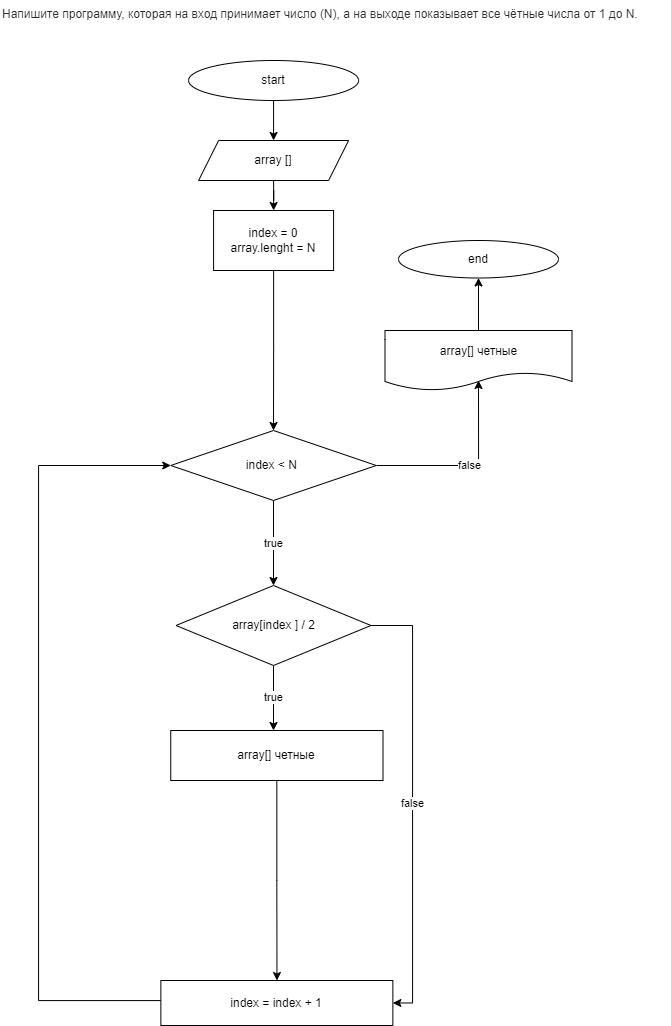
Earlier version of the draw.io export dz2_zadacha10/digram.drawio.png (sntitar/DZ_C-). Source tidied: cells renumbered, new cells last; positions are measured from the earlier drawing's top-left corner, leaving out a move shared by most shapes.
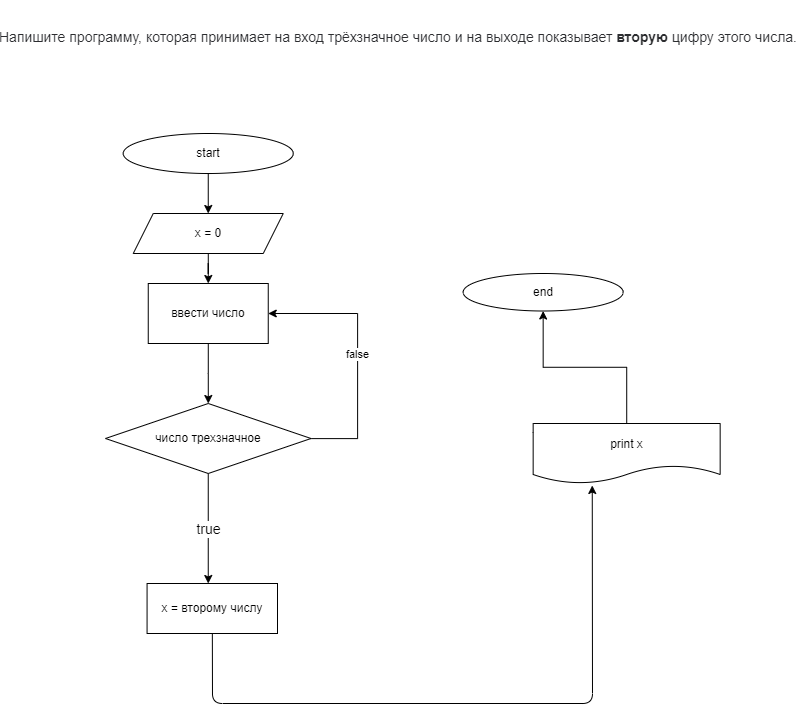
Above is the later version.

Diff of the diagram source:
```diff
@@ -6,77 +6,60 @@
       <mxGeometry relative="1" as="geometry" />
     </mxCell>
     <mxCell id="3" value="start" style="ellipse;whiteSpace=wrap;html=1;" parent="1" vertex="1">
-      <mxGeometry x="188.1" y="60" width="170" height="40" as="geometry" />
+      <mxGeometry x="105.8" y="-990" width="170" height="40" as="geometry" />
     </mxCell>
     <mxCell id="4" style="edgeStyle=orthogonalEdgeStyle;rounded=0;jettySize=auto;html=1;" parent="1" edge="1" source="5">
       <mxGeometry relative="1" as="geometry">
-        <mxPoint x="273.1" y="210" as="targetPoint" />
+        <mxPoint x="190.8" y="-840" as="targetPoint" />
       </mxGeometry>
     </mxCell>
-    <mxCell id="5" value="array []" style="shape=parallelogram;perimeter=parallelogramPerimeter;whiteSpace=wrap;html=1;fixedSize=1;" parent="1" vertex="1">
-      <mxGeometry x="198.1" y="140" width="150" height="40" as="geometry" />
+    <mxCell id="5" value="x = 0" style="shape=parallelogram;perimeter=parallelogramPerimeter;whiteSpace=wrap;html=1;fixedSize=1;" parent="1" vertex="1">
+      <mxGeometry x="115.8" y="-910" width="150" height="40" as="geometry" />
     </mxCell>
     <mxCell id="6" style="edgeStyle=orthogonalEdgeStyle;rounded=0;jettySize=auto;html=1;" parent="1" edge="1" source="7" target="10">
       <mxGeometry relative="1" as="geometry" />
     </mxCell>
-    <mxCell id="7" value="index = 0&lt;br&gt;array.lenght = N" style="whiteSpace=wrap;html=1;" parent="1" vertex="1">
-      <mxGeometry x="213.1" y="210" width="120" height="60" as="geometry" />
+    <mxCell id="7" value="&lt;span&gt;ввести число&lt;/span&gt;" style="whiteSpace=wrap;html=1;" parent="1" vertex="1">
+      <mxGeometry x="130.7" y="-840" width="120" height="60" as="geometry" />
     </mxCell>
-    <mxCell id="8" value="false" style="edgeStyle=orthogonalEdgeStyle;rounded=0;jettySize=auto;html=1;" parent="1" edge="1" source="10">
+    <mxCell id="8" value="false" style="edgeStyle=orthogonalEdgeStyle;rounded=0;jettySize=auto;html=1;entryX=1;entryY=0.5;entryDx=0;entryDy=0;" parent="1" edge="1" source="10" target="7">
       <mxGeometry relative="1" as="geometry">
-        <mxPoint x="478" y="380" as="targetPoint" />
+        <Array as="points">
+          <mxPoint x="340" y="-685" />
+          <mxPoint x="340" y="-810" />
+        </Array>
       </mxGeometry>
     </mxCell>
-    <mxCell id="9" value="true" style="edgeStyle=orthogonalEdgeStyle;rounded=0;jettySize=auto;html=1;" parent="1" edge="1" source="10" target="20">
-      <mxGeometry relative="1" as="geometry" />
-    </mxCell>
+    <mxCell id="22" value="true" style="edgeStyle=none;html=1;fontSize=14;" parent="1" edge="1" source="10">
+      <mxGeometry relative="1" as="geometry">
+        <mxPoint x="190.7" y="-540" as="targetPoint" />
+      </mxGeometry>
+    </mxCell>
-    <mxCell id="10" value="index &amp;lt; N&amp;nbsp;" style="rhombus;whiteSpace=wrap;html=1;" parent="1" vertex="1">
-      <mxGeometry x="170.2" y="430" width="205.5" height="70" as="geometry" />
+    <mxCell id="10" value="число трехзначное" style="rhombus;whiteSpace=wrap;html=1;" parent="1" vertex="1">
+      <mxGeometry x="88" y="-720" width="205.5" height="70" as="geometry" />
     </mxCell>
-    <mxCell id="11" style="edgeStyle=orthogonalEdgeStyle;rounded=0;jettySize=auto;html=1;" parent="1" edge="1" source="12" target="14">
-      <mxGeometry relative="1" as="geometry" />
-    </mxCell>
+    <mxCell id="23" style="edgeStyle=none;html=1;entryX=0.316;entryY=1.033;entryDx=0;entryDy=0;entryPerimeter=0;fontSize=14;" parent="1" edge="1" source="12" target="16">
+      <mxGeometry relative="1" as="geometry">
+        <Array as="points">
+          <mxPoint x="195" y="-420" />
+          <mxPoint x="575" y="-420" />
+        </Array>
+      </mxGeometry>
+    </mxCell>
-    <mxCell id="12" value="array[] четные" style="whiteSpace=wrap;html=1;" parent="1" vertex="1">
-      <mxGeometry x="170.2" y="730" width="212.2" height="50" as="geometry" />
+    <mxCell id="12" value="x = второму числу" style="whiteSpace=wrap;html=1;" parent="1" vertex="1">
+      <mxGeometry x="129.6" y="-540" width="130.4" height="50" as="geometry" />
     </mxCell>
-    <mxCell id="13" style="edgeStyle=orthogonalEdgeStyle;rounded=0;jettySize=auto;html=1;entryX=0;entryY=0.5;entryDx=0;entryDy=0;" parent="1" edge="1" source="14" target="10">
-      <mxGeometry relative="1" as="geometry">
-        <Array as="points">
-          <mxPoint x="38" y="1000" />
-          <mxPoint x="38" y="465" />
-        </Array>
-      </mxGeometry>
-    </mxCell>
-    <mxCell id="14" value="index = index + 1" style="whiteSpace=wrap;html=1;" parent="1" vertex="1">
-      <mxGeometry x="160.4" y="980" width="232" height="45" as="geometry" />
-    </mxCell>
     <mxCell id="15" style="edgeStyle=orthogonalEdgeStyle;rounded=0;jettySize=auto;html=1;" parent="1" edge="1" source="16" target="17">
       <mxGeometry relative="1" as="geometry" />
     </mxCell>
-    <mxCell id="16" value="array[] четные" style="shape=document;whiteSpace=wrap;html=1;boundedLbl=1;" parent="1" vertex="1">
-      <mxGeometry x="384.5" y="330" width="187" height="60" as="geometry" />
+    <mxCell id="16" value="print x" style="shape=document;whiteSpace=wrap;html=1;boundedLbl=1;" parent="1" vertex="1">
+      <mxGeometry x="515.7" y="-700" width="187" height="60" as="geometry" />
     </mxCell>
     <mxCell id="17" value="end" style="ellipse;whiteSpace=wrap;html=1;" parent="1" vertex="1">
-      <mxGeometry x="398" y="240" width="160" height="37.5" as="geometry" />
+      <mxGeometry x="445.7" y="-850" width="160" height="37.5" as="geometry" />
     </mxCell>
-    <mxCell id="18" value="true" style="edgeStyle=orthogonalEdgeStyle;rounded=0;jettySize=auto;html=1;entryX=0.5;entryY=0;entryDx=0;entryDy=0;entryPerimeter=0;" parent="1" edge="1" source="20">
-      <mxGeometry relative="1" as="geometry">
-        <mxPoint x="273" y="730" as="targetPoint" />
-      </mxGeometry>
-    </mxCell>
-    <mxCell id="19" value="false" style="edgeStyle=orthogonalEdgeStyle;rounded=0;jettySize=auto;html=1;entryX=1;entryY=0.5;entryDx=0;entryDy=0;" parent="1" edge="1" source="20" target="14">
-      <mxGeometry relative="1" as="geometry">
-        <Array as="points">
-          <mxPoint x="412" y="625" />
-          <mxPoint x="412" y="1002" />
-        </Array>
-      </mxGeometry>
-    </mxCell>
-    <mxCell id="20" value="array[index ] / 2" style="rhombus;whiteSpace=wrap;html=1;" parent="1" vertex="1">
-      <mxGeometry x="175.5" y="585" width="195" height="80" as="geometry" />
-    </mxCell>
-    <mxCell id="21" value="&lt;span style=&quot;color: rgb(44 , 45 , 48) ; font-family: &amp;#34;roboto&amp;#34; , &amp;#34;san francisco&amp;#34; , &amp;#34;helvetica neue&amp;#34; , &amp;#34;helvetica&amp;#34; , &amp;#34;arial&amp;#34; ; font-style: normal ; font-weight: 400 ; letter-spacing: normal ; text-indent: 0px ; text-transform: none ; word-spacing: 0px ; background-color: rgb(255 , 255 , 255) ; display: inline ; float: none&quot;&gt;&lt;font style=&quot;font-size: 12px&quot;&gt;Напишите программу, которая на вход принимает число (N), а на выходе показывает все чётные числа от 1 до N.&lt;/font&gt;&lt;/span&gt;" style="text;whiteSpace=wrap;html=1;" parent="1" vertex="1">
-      <mxGeometry width="670" height="50" as="geometry" />
+    <mxCell id="21" value="&lt;br&gt;&lt;br&gt;&lt;font style=&quot;font-size: 14px&quot;&gt;&lt;span style=&quot;color: rgb(44 , 45 , 48) ; font-family: &amp;#34;roboto&amp;#34; , &amp;#34;san francisco&amp;#34; , &amp;#34;helvetica neue&amp;#34; , &amp;#34;helvetica&amp;#34; , &amp;#34;arial&amp;#34; ; font-style: normal ; font-weight: 400 ; letter-spacing: normal ; text-indent: 0px ; text-transform: none ; word-spacing: 0px ; background-color: rgb(255 , 255 , 255) ; display: inline ; float: none&quot;&gt;Напишите программу, которая принимает на вход трёхзначное число и на выходе показывает&amp;nbsp;&lt;/span&gt;&lt;strong style=&quot;box-sizing: border-box ; font-weight: 700 ; color: rgb(44 , 45 , 48) ; font-family: &amp;#34;roboto&amp;#34; , &amp;#34;san francisco&amp;#34; , &amp;#34;helvetica neue&amp;#34; , &amp;#34;helvetica&amp;#34; , &amp;#34;arial&amp;#34; ; font-style: normal ; letter-spacing: normal ; text-indent: 0px ; text-transform: none ; word-spacing: 0px ; background-color: rgb(255 , 255 , 255)&quot;&gt;вторую&lt;/strong&gt;&lt;span style=&quot;color: rgb(44 , 45 , 48) ; font-family: &amp;#34;roboto&amp;#34; , &amp;#34;san francisco&amp;#34; , &amp;#34;helvetica neue&amp;#34; , &amp;#34;helvetica&amp;#34; , &amp;#34;arial&amp;#34; ; font-style: normal ; font-weight: 400 ; letter-spacing: normal ; text-indent: 0px ; text-transform: none ; word-spacing: 0px ; background-color: rgb(255 , 255 , 255) ; display: inline ; float: none&quot;&gt;&lt;span&gt;&amp;nbsp;&lt;/span&gt;цифру этого числа.&lt;/span&gt;&lt;br&gt;&lt;/font&gt;" style="text;whiteSpace=wrap;html=1;" parent="1" vertex="1">
+      <mxGeometry x="-20" y="-1130" width="860" as="geometry" />
     </mxCell>
   </root>
 </mxGraphModel>
```
